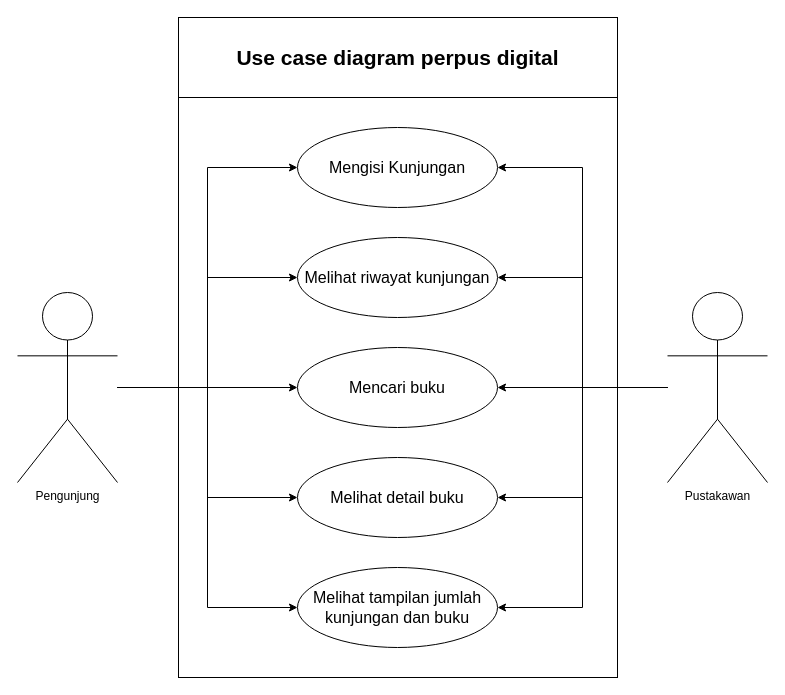
Above: Use Case-diagram.drawio in Fanikarina/Project-TeFa (draw.io), before the change. Source tidied: cells renumbered, new cells numbered last; positions are measured from the earlier drawing's top-left corner, leaving out a move shared by most shapes. Both pictures are drawn from the tidied source at 100%, with x=0, y=0 at pixel (17, 17).
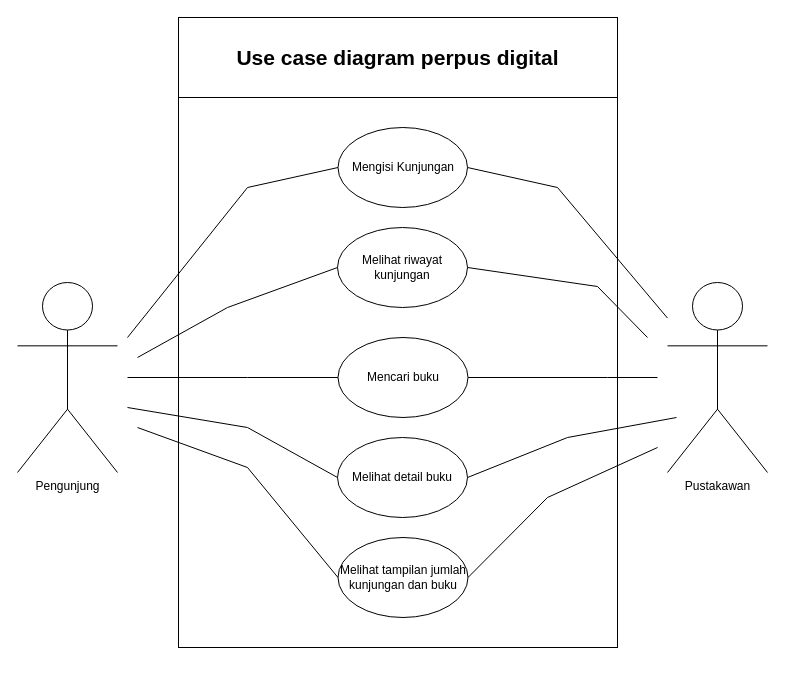
Above is the later version.

Change to the diagram source:
```diff
@@
     <mxCell id="3" style="rounded=0;whiteSpace=wrap;html=1;" parent="1" vertex="1">
-      <mxGeometry x="161" y="80" width="439" height="580" as="geometry" />
+      <mxGeometry x="161" y="80" width="439" height="550" as="geometry" />
     </mxCell>
+    <mxCell id="14" value="Pengunjung" style="shape=umlActor;verticalLabelPosition=bottom;verticalAlign=top;html=1;outlineConnect=0;" parent="1" vertex="1">
+      <mxGeometry y="265" width="100" height="190" as="geometry" />
+    </mxCell>
+    <mxCell id="20" value="Pustakawan" style="shape=umlActor;verticalLabelPosition=bottom;verticalAlign=top;html=1;outlineConnect=0;" parent="1" vertex="1">
+      <mxGeometry x="650" y="265" width="100" height="190" as="geometry" />
+    </mxCell>
-    <mxCell id="4" value="&lt;font style=&quot;font-size: 16px;&quot;&gt;Mengisi Kunjungan&lt;/font&gt;" style="ellipse;whiteSpace=wrap;html=1;" parent="1" vertex="1">
-      <mxGeometry x="280" y="110" width="200" height="80" as="geometry" />
+    <mxCell id="4" value="Mengisi Kunjungan" style="ellipse;whiteSpace=wrap;html=1;" parent="1" vertex="1">
+      <mxGeometry x="320.5" y="110" width="129.5" height="80" as="geometry" />
     </mxCell>
+    <mxCell id="7" value="Melihat riwayat kunjungan" style="ellipse;whiteSpace=wrap;html=1;" parent="1" vertex="1">
+      <mxGeometry x="320" y="210" width="130" height="80" as="geometry" />
+    </mxCell>
-    <mxCell id="5" value="&lt;font style=&quot;font-size: 16px;&quot;&gt;Mencari buku&lt;/font&gt;" style="ellipse;whiteSpace=wrap;html=1;" parent="1" vertex="1">
-      <mxGeometry x="280" y="330" width="200" height="80" as="geometry" />
+    <mxCell id="5" value="Mencari buku" style="ellipse;whiteSpace=wrap;html=1;" parent="1" vertex="1">
+      <mxGeometry x="320.5" y="320" width="130" height="80" as="geometry" />
     </mxCell>
-    <mxCell id="6" value="&lt;font style=&quot;font-size: 16px;&quot;&gt;Melihat detail buku&lt;/font&gt;" style="ellipse;whiteSpace=wrap;html=1;" parent="1" vertex="1">
-      <mxGeometry x="280" y="440" width="200" height="80" as="geometry" />
+    <mxCell id="6" value="Melihat detail buku" style="ellipse;whiteSpace=wrap;html=1;" parent="1" vertex="1">
+      <mxGeometry x="320" y="420" width="130" height="80" as="geometry" />
     </mxCell>
-    <mxCell id="7" value="&lt;font style=&quot;font-size: 16px;&quot;&gt;Melihat riwayat kunjungan&lt;/font&gt;" style="ellipse;whiteSpace=wrap;html=1;" parent="1" vertex="1">
-      <mxGeometry x="280" y="220" width="200" height="80" as="geometry" />
-    </mxCell>
-    <mxCell id="8" value="&lt;font style=&quot;font-size: 16px;&quot;&gt;Melihat tampilan jumlah kunjungan dan buku&lt;/font&gt;" style="ellipse;whiteSpace=wrap;html=1;" parent="1" vertex="1">
-      <mxGeometry x="280" y="550" width="200" height="80" as="geometry" />
+    <mxCell id="8" value="Melihat tampilan jumlah kunjungan dan buku" style="ellipse;whiteSpace=wrap;html=1;" parent="1" vertex="1">
+      <mxGeometry x="320.5" y="520" width="130" height="80" as="geometry" />
     </mxCell>
-    <mxCell id="9" style="edgeStyle=orthogonalEdgeStyle;rounded=0;jettySize=auto;html=1;entryX=0;entryY=0.5;entryDx=0;entryDy=0;" parent="1" edge="1" source="14" target="4">
-      <mxGeometry relative="1" as="geometry" />
-    </mxCell>
-    <mxCell id="10" style="edgeStyle=orthogonalEdgeStyle;rounded=0;jettySize=auto;html=1;entryX=0;entryY=0.5;entryDx=0;entryDy=0;" parent="1" edge="1" source="14" target="7">
-      <mxGeometry relative="1" as="geometry" />
-    </mxCell>
-    <mxCell id="11" style="edgeStyle=orthogonalEdgeStyle;rounded=0;jettySize=auto;html=1;entryX=0;entryY=0.5;entryDx=0;entryDy=0;" parent="1" edge="1" source="14" target="5">
-      <mxGeometry relative="1" as="geometry" />
-    </mxCell>
-    <mxCell id="12" style="edgeStyle=orthogonalEdgeStyle;rounded=0;jettySize=auto;html=1;entryX=0;entryY=0.5;entryDx=0;entryDy=0;" parent="1" edge="1" source="14" target="6">
-      <mxGeometry relative="1" as="geometry" />
-    </mxCell>
-    <mxCell id="13" style="edgeStyle=orthogonalEdgeStyle;rounded=0;jettySize=auto;html=1;entryX=0;entryY=0.5;entryDx=0;entryDy=0;" parent="1" edge="1" source="14" target="8">
-      <mxGeometry relative="1" as="geometry" />
-    </mxCell>
-    <mxCell id="14" value="Pengunjung" style="shape=umlActor;verticalLabelPosition=bottom;verticalAlign=top;html=1;outlineConnect=0;" parent="1" vertex="1">
-      <mxGeometry y="275" width="100" height="190" as="geometry" />
-    </mxCell>
-    <mxCell id="15" style="edgeStyle=orthogonalEdgeStyle;rounded=0;jettySize=auto;html=1;entryX=1;entryY=0.5;entryDx=0;entryDy=0;" parent="1" edge="1" source="20" target="7">
-      <mxGeometry relative="1" as="geometry" />
-    </mxCell>
-    <mxCell id="16" style="edgeStyle=orthogonalEdgeStyle;rounded=0;jettySize=auto;html=1;entryX=1;entryY=0.5;entryDx=0;entryDy=0;" parent="1" edge="1" source="20" target="8">
-      <mxGeometry relative="1" as="geometry" />
-    </mxCell>
-    <mxCell id="17" style="edgeStyle=orthogonalEdgeStyle;rounded=0;jettySize=auto;html=1;entryX=1;entryY=0.5;entryDx=0;entryDy=0;" parent="1" edge="1" source="20" target="5">
-      <mxGeometry relative="1" as="geometry" />
-    </mxCell>
-    <mxCell id="18" style="edgeStyle=orthogonalEdgeStyle;rounded=0;jettySize=auto;html=1;entryX=1;entryY=0.5;entryDx=0;entryDy=0;" parent="1" edge="1" source="20" target="6">
-      <mxGeometry relative="1" as="geometry" />
-    </mxCell>
+    <mxCell id="21" style="endArrow=none;html=1;rounded=0;entryX=0;entryY=0.5;entryDx=0;entryDy=0;" parent="1" edge="1" target="4">
+      <mxGeometry relative="1" as="geometry">
+        <mxPoint x="110" y="320" as="sourcePoint" />
+        <Array as="points">
+          <mxPoint x="230" y="170" />
+        </Array>
+      </mxGeometry>
+    </mxCell>
+    <mxCell id="22" style="endArrow=none;html=1;rounded=0;entryX=0;entryY=0.5;entryDx=0;entryDy=0;" parent="1" edge="1" target="7">
+      <mxGeometry relative="1" as="geometry">
+        <mxPoint x="120" y="340" as="sourcePoint" />
+        <Array as="points">
+          <mxPoint x="210" y="290" />
+        </Array>
+      </mxGeometry>
+    </mxCell>
+    <mxCell id="23" style="endArrow=none;html=1;rounded=0;entryX=0;entryY=0.5;entryDx=0;entryDy=0;" parent="1" edge="1" target="5">
+      <mxGeometry relative="1" as="geometry">
+        <mxPoint x="110" y="360" as="sourcePoint" />
+        <Array as="points">
+          <mxPoint x="230" y="360" />
+        </Array>
+      </mxGeometry>
+    </mxCell>
+    <mxCell id="24" style="endArrow=none;html=1;rounded=0;entryX=0;entryY=0.5;entryDx=0;entryDy=0;" parent="1" edge="1" target="6">
+      <mxGeometry relative="1" as="geometry">
+        <mxPoint x="110" y="390" as="sourcePoint" />
+        <Array as="points">
+          <mxPoint x="230" y="410" />
+        </Array>
+      </mxGeometry>
+    </mxCell>
+    <mxCell id="25" style="endArrow=none;html=1;rounded=0;entryX=0;entryY=0.5;entryDx=0;entryDy=0;" parent="1" edge="1" target="8">
+      <mxGeometry relative="1" as="geometry">
+        <mxPoint x="120" y="410" as="sourcePoint" />
+        <Array as="points">
+          <mxPoint x="230" y="450" />
+        </Array>
+      </mxGeometry>
+    </mxCell>
-    <mxCell id="19" style="edgeStyle=orthogonalEdgeStyle;rounded=0;jettySize=auto;html=1;entryX=1;entryY=0.5;entryDx=0;entryDy=0;" parent="1" edge="1" source="20" target="4">
-      <mxGeometry relative="1" as="geometry" />
+    <mxCell id="19" style="endArrow=none;html=1;rounded=0;entryX=1;entryY=0.5;entryDx=0;entryDy=0;" parent="1" edge="1" source="20" target="4">
+      <mxGeometry relative="1" as="geometry">
+        <Array as="points">
+          <mxPoint x="540" y="170" />
+        </Array>
+      </mxGeometry>
     </mxCell>
-    <mxCell id="20" value="Pustakawan" style="shape=umlActor;verticalLabelPosition=bottom;verticalAlign=top;html=1;outlineConnect=0;" parent="1" vertex="1">
-      <mxGeometry x="650" y="275" width="100" height="190" as="geometry" />
-    </mxCell>
+    <mxCell id="26" style="endArrow=none;html=1;rounded=0;entryX=1;entryY=0.5;entryDx=0;entryDy=0;" parent="1" edge="1" target="7">
+      <mxGeometry relative="1" as="geometry">
+        <mxPoint x="630" y="320" as="sourcePoint" />
+        <Array as="points">
+          <mxPoint x="580" y="269" />
+        </Array>
+      </mxGeometry>
+    </mxCell>
+    <mxCell id="27" style="endArrow=none;html=1;rounded=0;entryX=1;entryY=0.5;entryDx=0;entryDy=0;" parent="1" edge="1" target="5">
+      <mxGeometry relative="1" as="geometry">
+        <mxPoint x="640" y="360" as="sourcePoint" />
+        <Array as="points">
+          <mxPoint x="590" y="360" />
+        </Array>
+      </mxGeometry>
+    </mxCell>
+    <mxCell id="28" style="endArrow=none;html=1;rounded=0;entryX=1;entryY=0.5;entryDx=0;entryDy=0;" parent="1" edge="1" target="6">
+      <mxGeometry relative="1" as="geometry">
+        <mxPoint x="659" y="400" as="sourcePoint" />
+        <Array as="points">
+          <mxPoint x="550" y="420" />
+        </Array>
+      </mxGeometry>
+    </mxCell>
+    <mxCell id="29" style="endArrow=none;html=1;rounded=0;entryX=1;entryY=0.5;entryDx=0;entryDy=0;" parent="1" edge="1" target="8">
+      <mxGeometry relative="1" as="geometry">
+        <mxPoint x="640" y="430" as="sourcePoint" />
+        <Array as="points">
+          <mxPoint x="530" y="480" />
+        </Array>
+      </mxGeometry>
+    </mxCell>
```
